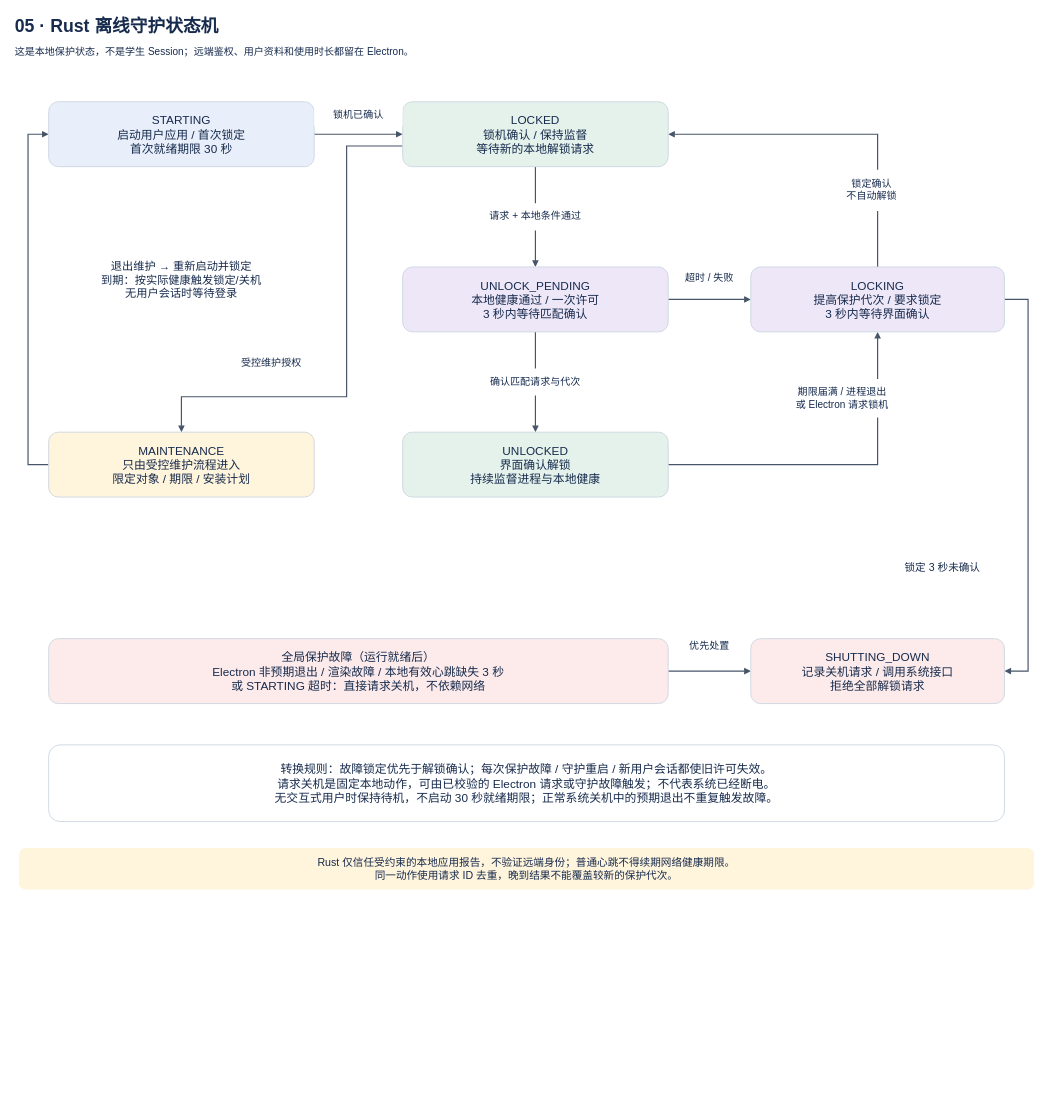
Above: page "05 · Rust 离线守护状态机" (5 of 10) of docs/architecture.drawio in lmyzzzz/cyez-library-management (draw.io), before the change. Source tidied: cells renumbered, new cells numbered last; positions are measured from the earlier drawing's top-left corner, leaving out a move shared by most shapes. Both pictures are drawn from the tidied source at 59%, with x=0, y=0 at pixel (10, 10).
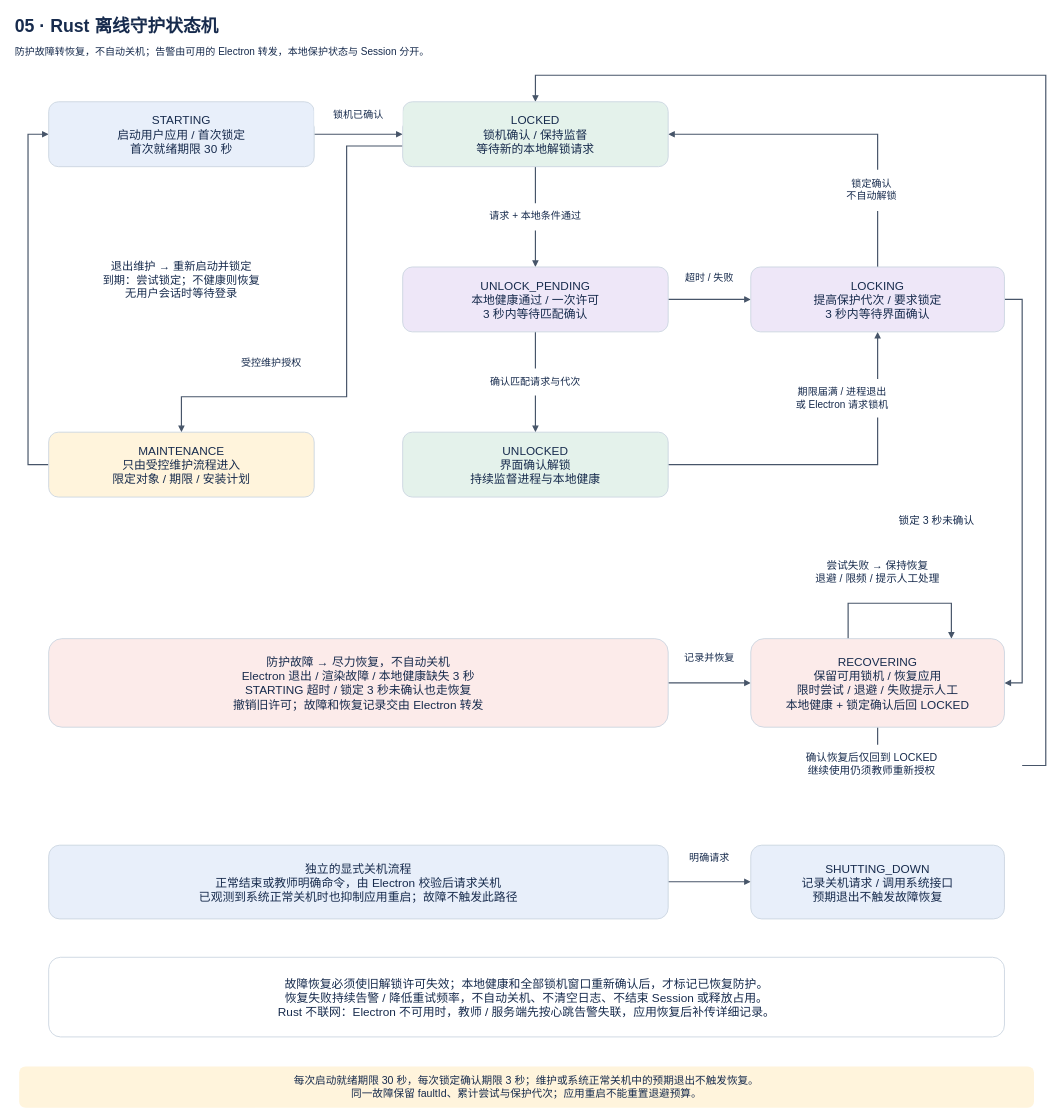
After the change.

The change refers to these unchanged cells:
```xml
<mxCell id="15" value="LOCKED&#10;锁机确认 / 保持监督&#10;等待新的本地解锁请求" style="rounded=1;whiteSpace=wrap;html=0;fillColor=#e4f2eb;strokeColor=#cbd5e1;strokeWidth=1.5;fontColor=#172b4d;fontFamily=Microsoft YaHei;fontSize=20;fontStyle=0;align=center;verticalAlign=middle;spacing=8;" parent="1" vertex="1">
  <mxGeometry x="665" y="155" width="450" height="110" as="geometry" />
</mxCell>
<mxCell id="18" value="LOCKING&#10;提高保护代次 / 要求锁定&#10;3 秒内等待界面确认" style="rounded=1;whiteSpace=wrap;html=0;fillColor=#eee7f8;strokeColor=#cbd5e1;strokeWidth=1.5;fontColor=#172b4d;fontFamily=Microsoft YaHei;fontSize=20;fontStyle=0;align=center;verticalAlign=middle;spacing=8;" parent="1" vertex="1">
  <mxGeometry x="1255" y="435" width="430" height="110" as="geometry" />
</mxCell>
```

Change to the diagram source:
```diff
@@
-    <mxCell id="8" style="edgeStyle=none;rounded=0;html=0;strokeColor=#475569;strokeWidth=2;endArrow=block;endFill=1;startArrow=none;startFill=1;dashed=0;exitX=1.0;exitY=0.5;exitPerimeter=0;entryX=1.0;entryY=0.5;entryPerimeter=0;" parent="1" edge="1" source="18" target="20">
+    <mxCell id="8" style="edgeStyle=none;rounded=0;html=0;strokeColor=#475569;strokeWidth=2;endArrow=block;endFill=1;startArrow=none;startFill=1;dashed=0;exitX=1.0;exitY=0.5;exitPerimeter=0;entryX=1.0;entryY=0.5;entryPerimeter=0;" parent="1" edge="1" source="18" target="38">
       <mxGeometry relative="1" as="geometry">
         <Array as="points">
-          <mxPoint x="1725" y="490" />
-          <mxPoint x="1725" y="1120" />
+          <mxPoint x="1715" y="490" />
+          <mxPoint x="1715" y="1140" />
         </Array>
       </mxGeometry>
     </mxCell>
@@
-    <mxCell id="11" style="edgeStyle=none;rounded=0;html=0;strokeColor=#475569;strokeWidth=2;endArrow=block;endFill=1;startArrow=none;startFill=1;dashed=0;exitX=1.0;exitY=0.5;exitPerimeter=0;entryX=0.0;entryY=0.5;entryPerimeter=0;" parent="1" edge="1" source="21" target="20">
-      <mxGeometry relative="1" as="geometry" />
-    </mxCell>
+    <mxCell id="34" style="edgeStyle=none;rounded=0;html=0;strokeColor=#475569;strokeWidth=2;endArrow=block;endFill=1;startArrow=none;startFill=1;dashed=0;exitX=1.0;exitY=0.5;exitPerimeter=0;entryX=0.0;entryY=0.5;entryPerimeter=0;" parent="1" edge="1" source="39" target="38">
+      <mxGeometry relative="1" as="geometry" />
+    </mxCell>
+    <mxCell id="35" style="edgeStyle=none;rounded=0;html=0;strokeColor=#475569;strokeWidth=2;endArrow=block;endFill=1;startArrow=none;startFill=1;dashed=0;exitX=0.38372093023255816;exitY=0.0;exitPerimeter=0;entryX=0.7906976744186046;entryY=0.0;entryPerimeter=0;" parent="1" edge="1" source="38" target="38">
+      <mxGeometry relative="1" as="geometry">
+        <Array as="points">
+          <mxPoint x="1420" y="1005" />
+          <mxPoint x="1595" y="1005" />
+        </Array>
+      </mxGeometry>
+    </mxCell>
+    <mxCell id="36" style="edgeStyle=none;rounded=0;html=0;strokeColor=#475569;strokeWidth=2;endArrow=block;endFill=1;startArrow=none;startFill=1;dashed=0;exitX=0.5;exitY=1.0;exitPerimeter=0;entryX=0.5;entryY=0.0;entryPerimeter=0;" parent="1" edge="1" source="38" target="15">
+      <mxGeometry relative="1" as="geometry">
+        <Array as="points">
+          <mxPoint x="1470" y="1280" />
+          <mxPoint x="1755" y="1280" />
+          <mxPoint x="1755" y="110" />
+          <mxPoint x="890" y="110" />
+        </Array>
+      </mxGeometry>
+    </mxCell>
+    <mxCell id="37" style="edgeStyle=none;rounded=0;html=0;strokeColor=#475569;strokeWidth=2;endArrow=block;endFill=1;startArrow=none;startFill=1;dashed=0;exitX=1.0;exitY=0.496;exitPerimeter=0;entryX=0.0;entryY=0.496;entryPerimeter=0;" parent="1" edge="1" source="40" target="20">
+      <mxGeometry relative="1" as="geometry" />
+    </mxCell>
@@
-    <mxCell id="13" value="这是本地保护状态，不是学生 Session；远端鉴权、用户资料和使用时长都留在 Electron。" style="rounded=1;whiteSpace=wrap;html=0;fillColor=none;strokeColor=none;strokeWidth=1.5;fontColor=#172b4d;fontFamily=Microsoft YaHei;fontSize=17;fontStyle=0;align=left;verticalAlign=middle;spacing=8;" parent="1" vertex="1">
+    <mxCell id="13" value="防护故障转恢复，不自动关机；告警由可用的 Electron 转发，本地保护状态与 Session 分开。" style="rounded=1;whiteSpace=wrap;html=0;fillColor=none;strokeColor=none;strokeWidth=1.5;fontColor=#172b4d;fontFamily=Microsoft YaHei;fontSize=17;fontStyle=0;align=left;verticalAlign=middle;spacing=8;" parent="1" vertex="1">
       <mxGeometry y="53" width="1750" height="36" as="geometry" />
     </mxCell>
@@
+    <mxCell id="38" value="RECOVERING&#10;保留可用锁机 / 恢复应用&#10;限时尝试 / 退避 / 失败提示人工&#10;本地健康 + 锁定确认后回 LOCKED" style="rounded=1;whiteSpace=wrap;html=0;fillColor=#fcebea;strokeColor=#cbd5e1;strokeWidth=1.5;fontColor=#172b4d;fontFamily=Microsoft YaHei;fontSize=20;fontStyle=0;align=center;verticalAlign=middle;spacing=8;" parent="1" vertex="1">
+      <mxGeometry x="1255" y="1065" width="430" height="150" as="geometry" />
+    </mxCell>
+    <mxCell id="39" value="防护故障 → 尽力恢复，不自动关机&#10;Electron 退出 / 渲染故障 / 本地健康缺失 3 秒&#10;STARTING 超时 / 锁定 3 秒未确认也走恢复&#10;撤销旧许可；故障和恢复记录交由 Electron 转发" style="rounded=1;whiteSpace=wrap;html=0;fillColor=#fcebea;strokeColor=#cbd5e1;strokeWidth=1.5;fontColor=#172b4d;fontFamily=Microsoft YaHei;fontSize=20;fontStyle=0;align=center;verticalAlign=middle;spacing=8;" parent="1" vertex="1">
+      <mxGeometry x="65" y="1065" width="1050" height="150" as="geometry" />
+    </mxCell>
+    <mxCell id="40" value="独立的显式关机流程&#10;正常结束或教师明确命令，由 Electron 校验后请求关机&#10;已观测到系统正常关机时也抑制应用重启；故障不触发此路径" style="rounded=1;whiteSpace=wrap;html=0;fillColor=#e8effa;strokeColor=#cbd5e1;strokeWidth=1.5;fontColor=#172b4d;fontFamily=Microsoft YaHei;fontSize=20;fontStyle=0;align=center;verticalAlign=middle;spacing=8;" parent="1" vertex="1">
+      <mxGeometry x="65" y="1415" width="1050" height="125" as="geometry" />
+    </mxCell>
-    <mxCell id="20" value="SHUTTING_DOWN&#10;记录关机请求 / 调用系统接口&#10;拒绝全部解锁请求" style="rounded=1;whiteSpace=wrap;html=0;fillColor=#fcebea;strokeColor=#cbd5e1;strokeWidth=1.5;fontColor=#172b4d;fontFamily=Microsoft YaHei;fontSize=20;fontStyle=0;align=center;verticalAlign=middle;spacing=8;" parent="1" vertex="1">
-      <mxGeometry x="1255" y="1065" width="430" height="110" as="geometry" />
+    <mxCell id="20" value="SHUTTING_DOWN&#10;记录关机请求 / 调用系统接口&#10;预期退出不触发故障恢复" style="rounded=1;whiteSpace=wrap;html=0;fillColor=#e8effa;strokeColor=#cbd5e1;strokeWidth=1.5;fontColor=#172b4d;fontFamily=Microsoft YaHei;fontSize=20;fontStyle=0;align=center;verticalAlign=middle;spacing=8;" parent="1" vertex="1">
+      <mxGeometry x="1255" y="1415" width="430" height="125" as="geometry" />
     </mxCell>
-    <mxCell id="21" value="全局保护故障（运行就绪后）&#10;Electron 非预期退出 / 渲染故障 / 本地有效心跳缺失 3 秒&#10;或 STARTING 超时：直接请求关机，不依赖网络" style="rounded=1;whiteSpace=wrap;html=0;fillColor=#fcebea;strokeColor=#cbd5e1;strokeWidth=1.5;fontColor=#172b4d;fontFamily=Microsoft YaHei;fontSize=20;fontStyle=0;align=center;verticalAlign=middle;spacing=8;" parent="1" vertex="1">
-      <mxGeometry x="65" y="1065" width="1050" height="110" as="geometry" />
-    </mxCell>
@@
     <mxCell id="28" value="锁定 3 秒未确认" style="rounded=1;whiteSpace=wrap;html=0;fillColor=#ffffff;strokeColor=none;strokeWidth=1.5;fontColor=#172b4d;fontFamily=Microsoft YaHei;fontSize=18;fontStyle=0;align=center;verticalAlign=middle;spacing=8;" parent="1" vertex="1">
-      <mxGeometry x="1445" y="915" width="270" height="60" as="geometry" />
+      <mxGeometry x="1435" y="835" width="270" height="60" as="geometry" />
     </mxCell>
@@
-    <mxCell id="30" value="退出维护 → 重新启动并锁定&#10;到期：按实际健康触发锁定/关机&#10;无用户会话时等待登录" style="rounded=1;whiteSpace=wrap;html=0;fillColor=#ffffff;strokeColor=none;strokeWidth=1.5;fontColor=#172b4d;fontFamily=Microsoft YaHei;fontSize=19;fontStyle=0;align=center;verticalAlign=middle;spacing=8;" parent="1" vertex="1">
+    <mxCell id="30" value="退出维护 → 重新启动并锁定&#10;到期：尝试锁定；不健康则恢复&#10;无用户会话时等待登录" style="rounded=1;whiteSpace=wrap;html=0;fillColor=#ffffff;strokeColor=none;strokeWidth=1.5;fontColor=#172b4d;fontFamily=Microsoft YaHei;fontSize=19;fontStyle=0;align=center;verticalAlign=middle;spacing=8;" parent="1" vertex="1">
       <mxGeometry x="75" y="395" width="430" height="125" as="geometry" />
     </mxCell>
-    <mxCell id="31" value="优先处置" style="rounded=1;whiteSpace=wrap;html=0;fillColor=#ffffff;strokeColor=none;strokeWidth=1.5;fontColor=#172b4d;fontFamily=Microsoft YaHei;fontSize=17;fontStyle=0;align=center;verticalAlign=middle;spacing=8;" parent="1" vertex="1">
-      <mxGeometry x="1120" y="1055" width="130" height="45" as="geometry" />
-    </mxCell>
+    <mxCell id="41" value="记录并恢复" style="rounded=1;whiteSpace=wrap;html=0;fillColor=#ffffff;strokeColor=none;strokeWidth=1.5;fontColor=#172b4d;fontFamily=Microsoft YaHei;fontSize=17;fontStyle=0;align=center;verticalAlign=middle;spacing=8;" parent="1" vertex="1">
+      <mxGeometry x="1120" y="1075" width="130" height="45" as="geometry" />
+    </mxCell>
+    <mxCell id="42" value="尝试失败 → 保持恢复&#10;退避 / 限频 / 提示人工处理" style="rounded=1;whiteSpace=wrap;html=0;fillColor=#ffffff;strokeColor=none;strokeWidth=1.5;fontColor=#172b4d;fontFamily=Microsoft YaHei;fontSize=18;fontStyle=0;align=center;verticalAlign=middle;spacing=8;" parent="1" vertex="1">
+      <mxGeometry x="1255" y="920" width="430" height="65" as="geometry" />
+    </mxCell>
+    <mxCell id="43" value="确认恢复后仅回到 LOCKED&#10;继续使用仍须教师重新授权" style="rounded=1;whiteSpace=wrap;html=0;fillColor=#ffffff;strokeColor=none;strokeWidth=1.5;fontColor=#172b4d;fontFamily=Microsoft YaHei;fontSize=18;fontStyle=0;align=center;verticalAlign=middle;spacing=8;" parent="1" vertex="1">
+      <mxGeometry x="1205" y="1245" width="510" height="65" as="geometry" />
+    </mxCell>
+    <mxCell id="44" value="明确请求" style="rounded=1;whiteSpace=wrap;html=0;fillColor=#ffffff;strokeColor=none;strokeWidth=1.5;fontColor=#172b4d;fontFamily=Microsoft YaHei;fontSize=17;fontStyle=0;align=center;verticalAlign=middle;spacing=8;" parent="1" vertex="1">
+      <mxGeometry x="1120" y="1415" width="130" height="45" as="geometry" />
+    </mxCell>
-    <mxCell id="32" value="转换规则：故障锁定优先于解锁确认；每次保护故障 / 守护重启 / 新用户会话都使旧许可失效。&#10;请求关机是固定本地动作，可由已校验的 Electron 请求或守护故障触发；不代表系统已经断电。&#10;无交互式用户时保持待机，不启动 30 秒就绪期限；正常系统关机中的预期退出不重复触发故障。" style="rounded=1;whiteSpace=wrap;html=0;fillColor=#ffffff;strokeColor=#cbd5e1;strokeWidth=1.5;fontColor=#172b4d;fontFamily=Microsoft YaHei;fontSize=20;fontStyle=0;align=center;verticalAlign=middle;spacing=8;" parent="1" vertex="1">
-      <mxGeometry x="65" y="1245" width="1620" height="130" as="geometry" />
+    <mxCell id="32" value="故障恢复必须使旧解锁许可失效；本地健康和全部锁机窗口重新确认后，才标记已恢复防护。&#10;恢复失败持续告警 / 降低重试频率，不自动关机、不清空日志、不结束 Session 或释放占用。&#10;Rust 不联网：Electron 不可用时，教师 / 服务端先按心跳告警失联，应用恢复后补传详细记录。" style="rounded=1;whiteSpace=wrap;html=0;fillColor=#ffffff;strokeColor=#cbd5e1;strokeWidth=1.5;fontColor=#172b4d;fontFamily=Microsoft YaHei;fontSize=20;fontStyle=0;align=center;verticalAlign=middle;spacing=8;" parent="1" vertex="1">
+      <mxGeometry x="65" y="1605" width="1620" height="135" as="geometry" />
     </mxCell>
-    <mxCell id="33" value="Rust 仅信任受约束的本地应用报告，不验证远端身份；普通心跳不得续期网络健康期限。&#10;同一动作使用请求 ID 去重，晚到结果不能覆盖较新的保护代次。" style="rounded=1;whiteSpace=wrap;html=0;fillColor=#fff4dc;strokeColor=none;strokeWidth=1.5;fontColor=#172b4d;fontFamily=Microsoft YaHei;fontSize=18;fontStyle=0;align=center;verticalAlign=middle;spacing=8;" parent="1" vertex="1">
-      <mxGeometry x="15" y="1420" width="1720" height="70" as="geometry" />
+    <mxCell id="33" value="每次启动就绪期限 30 秒，每次锁定确认期限 3 秒；维护或系统正常关机中的预期退出不触发恢复。&#10;同一故障保留 faultId、累计尝试与保护代次；应用重启不能重置退避预算。" style="rounded=1;whiteSpace=wrap;html=0;fillColor=#fff4dc;strokeColor=none;strokeWidth=1.5;fontColor=#172b4d;fontFamily=Microsoft YaHei;fontSize=18;fontStyle=0;align=center;verticalAlign=middle;spacing=8;" parent="1" vertex="1">
+      <mxGeometry x="15" y="1790" width="1720" height="70" as="geometry" />
     </mxCell>
```
